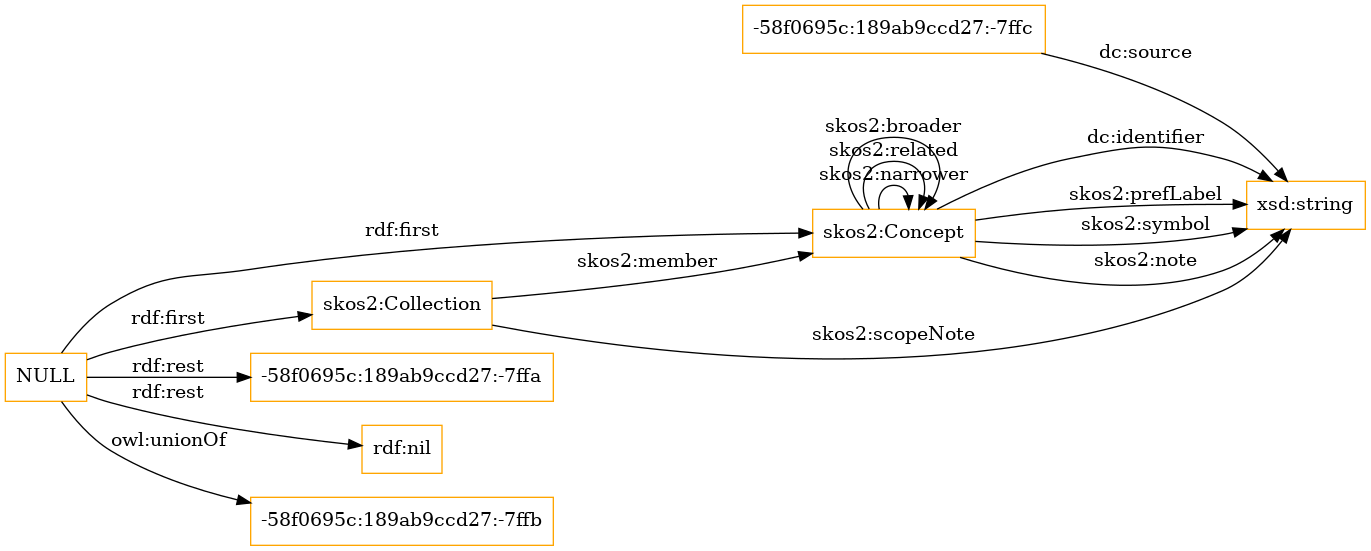
Above: OnToology/ontologies/gftaxonomy.owl/diagrams/ar2dtool-class/gftaxonomy.owl.png in sergio10mwws/ontologias-demo (Graphviz), before the change. Its source is kept beside it as OnToology/ontologies/gftaxonomy.owl/diagrams/ar2dtool-class/gftaxonomy.owl.png.dot.
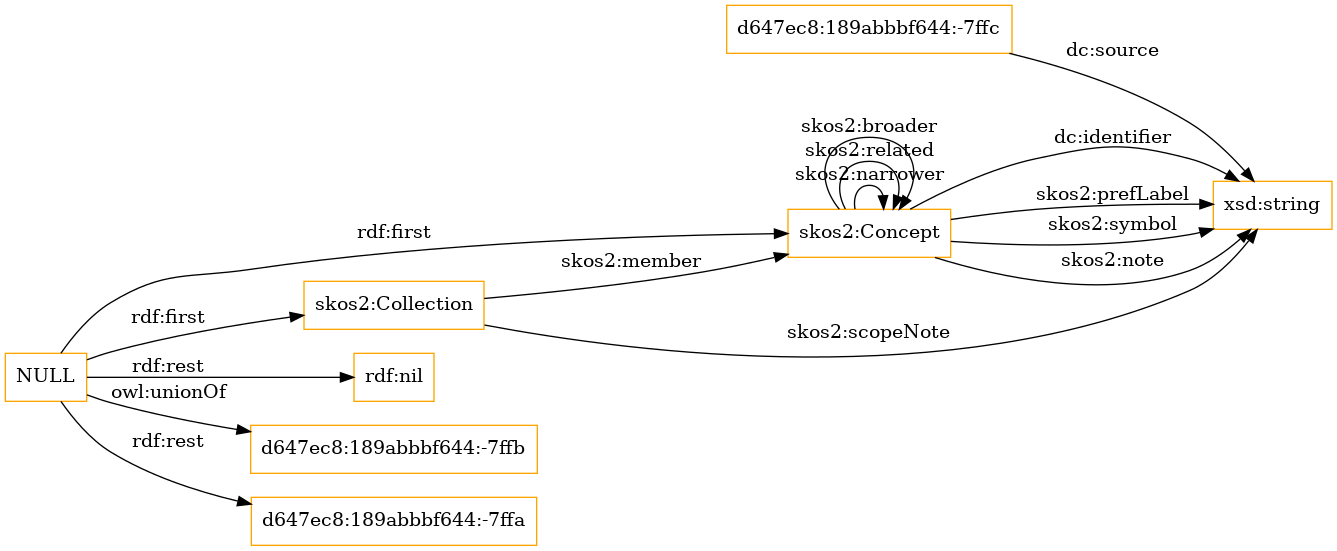
After the change.

Diff of the diagram source:
```diff
@@ -1,12 +1,12 @@
 digraph ar2dtool_diagram {
 rankdir=LR;
 size="1501"
-node [shape = rectangle, color="orange"]; "-58f0695c:189ab9ccd27:-7ffc" "skos2:Concept" "skos2:Collection" ; /*classes style*/
-	"NULL" -> "-58f0695c:189ab9ccd27:-7ffa" [ label = "rdf:rest" ];
-	"NULL" -> "skos2:Collection" [ label = "rdf:first" ];
+node [shape = rectangle, color="orange"]; "d647ec8:189abbbf644:-7ffc" "skos2:Concept" "skos2:Collection" ; /*classes style*/
 	"NULL" -> "rdf:nil" [ label = "rdf:rest" ];
 	"NULL" -> "skos2:Concept" [ label = "rdf:first" ];
-	"NULL" -> "-58f0695c:189ab9ccd27:-7ffb" [ label = "owl:unionOf" ];
+	"NULL" -> "d647ec8:189abbbf644:-7ffb" [ label = "owl:unionOf" ];
+	"NULL" -> "d647ec8:189abbbf644:-7ffa" [ label = "rdf:rest" ];
+	"NULL" -> "skos2:Collection" [ label = "rdf:first" ];
 	"skos2:Concept" -> "xsd:string" [ label = "dc:identifier" ];
 	"skos2:Concept" -> "xsd:string" [ label = "skos2:prefLabel" ];
 	"skos2:Concept" -> "skos2:Concept" [ label = "skos2:narrower" ];
@@ -16,6 +16,6 @@
 	"skos2:Collection" -> "skos2:Concept" [ label = "skos2:member" ];
 	"skos2:Collection" -> "xsd:string" [ label = "skos2:scopeNote" ];
 	"skos2:Concept" -> "skos2:Concept" [ label = "skos2:broader" ];
-	"-58f0695c:189ab9ccd27:-7ffc" -> "xsd:string" [ label = "dc:source" ];
+	"d647ec8:189abbbf644:-7ffc" -> "xsd:string" [ label = "dc:source" ];
 
 }
```
